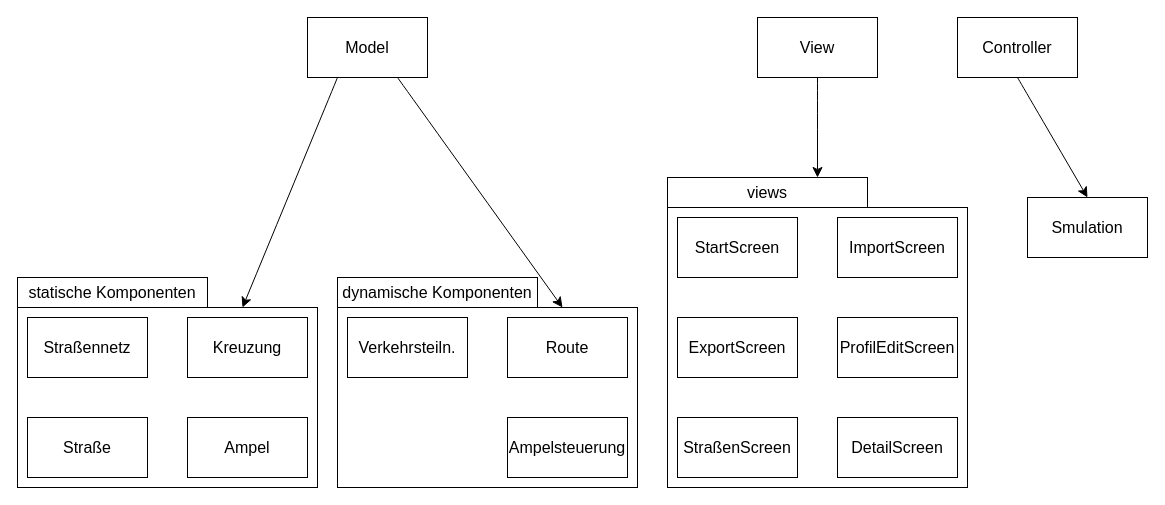
KlnSdr/softwaretechnik_gruppeF keeps this draw.io diagram as arch/packages.drawio. Above is the earlier version. Source tidied: cells renumbered, new cells numbered last; positions are measured from the earlier drawing's top-left corner, leaving out a move shared by most shapes. Both pictures are drawn from the tidied source at 100%, with x=0, y=0 at pixel (17, 17).
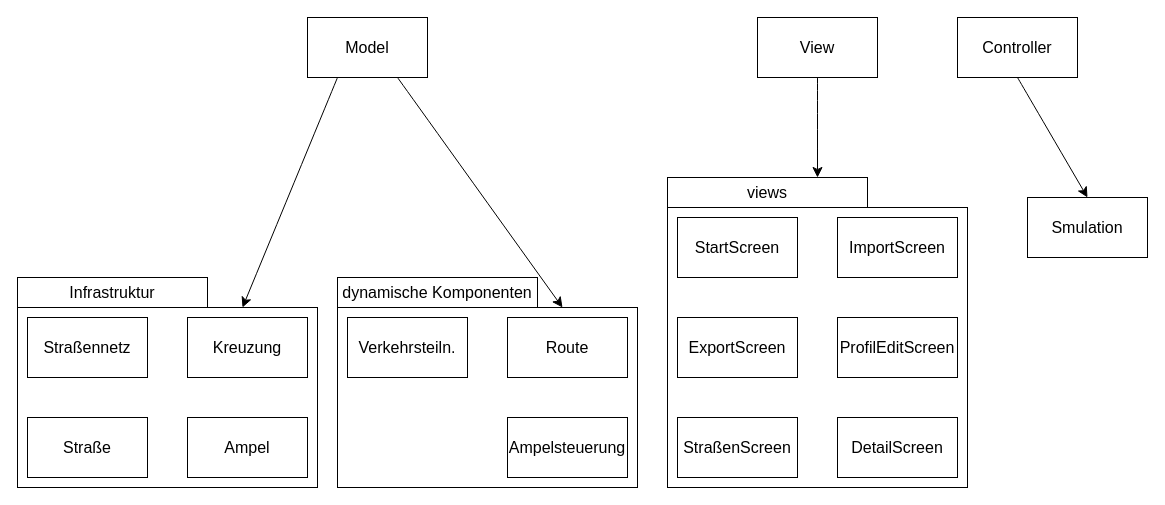
The same diagram, later.

Commit message:
dynamische Komponenten in Infrstruktur umbenannt

What changed in the source:
```diff
@@
-    <mxCell id="18" value="statische Komponenten" style="text;html=1;strokeColor=none;fillColor=none;align=center;verticalAlign=middle;whiteSpace=wrap;rounded=0;fontSize=16;" parent="1" vertex="1">
+    <mxCell id="18" value="Infrastruktur" style="text;html=1;strokeColor=none;fillColor=none;align=center;verticalAlign=middle;whiteSpace=wrap;rounded=0;fontSize=16;" parent="1" vertex="1">
       <mxGeometry y="260" width="190" height="30" as="geometry" />
     </mxCell>
```
